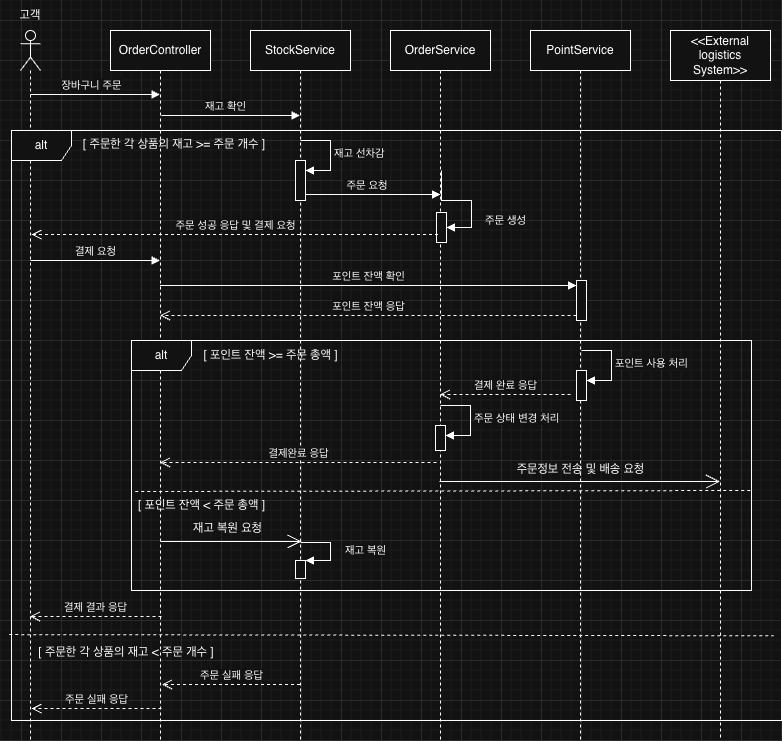
Above: docs/api/order_sequence_diagram.drawio.png in 96Hong2/hhplus-ecommerce (draw.io), before the change. Source tidied: cells renumbered, new cells last; positions are measured from the earlier drawing's top-left corner, leaving out a move shared by most shapes.
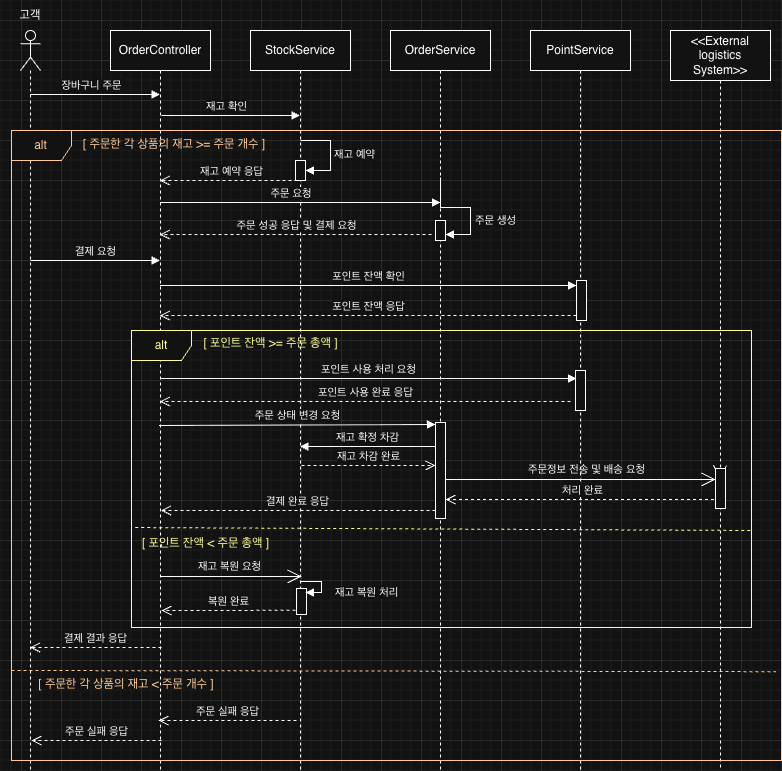
The same file after the commit.

Diff of the diagram source:
```diff
@@ -3,19 +3,19 @@
     <mxCell id="0" />
     <mxCell id="1" parent="0" />
     <mxCell id="2" style="shape=umlLifeline;perimeter=lifelinePerimeter;whiteSpace=wrap;html=1;newEdgeStyle={&quot;curved&quot;:0,&quot;rounded&quot;:0};participant=umlActor;" parent="1" vertex="1">
-      <mxGeometry x="20" y="30" width="20" height="710" as="geometry" />
+      <mxGeometry x="20" y="30" width="20" height="740" as="geometry" />
     </mxCell>
     <mxCell id="3" value="OrderController" style="shape=umlLifeline;perimeter=lifelinePerimeter;whiteSpace=wrap;html=1;outlineConnect=0;portConstraint=eastwest;newEdgeStyle={&quot;curved&quot;:0,&quot;rounded&quot;:0};" parent="1" vertex="1">
-      <mxGeometry x="110" y="30" width="100" height="710" as="geometry" />
+      <mxGeometry x="110" y="30" width="100" height="740" as="geometry" />
     </mxCell>
     <mxCell id="4" value="StockService" style="shape=umlLifeline;perimeter=lifelinePerimeter;whiteSpace=wrap;html=1;newEdgeStyle={&quot;curved&quot;:0,&quot;rounded&quot;:0};" parent="1" vertex="1">
-      <mxGeometry x="250" y="30" width="100" height="710" as="geometry" />
+      <mxGeometry x="250" y="30" width="100" height="740" as="geometry" />
     </mxCell>
     <mxCell id="5" value="OrderService" style="shape=umlLifeline;perimeter=lifelinePerimeter;whiteSpace=wrap;html=1;newEdgeStyle={&quot;curved&quot;:0,&quot;rounded&quot;:0};" parent="1" vertex="1">
-      <mxGeometry x="390" y="30" width="100" height="710" as="geometry" />
+      <mxGeometry x="390" y="30" width="100" height="740" as="geometry" />
     </mxCell>
     <mxCell id="6" value="PointService" style="shape=umlLifeline;perimeter=lifelinePerimeter;whiteSpace=wrap;html=1;newEdgeStyle={&quot;curved&quot;:0,&quot;rounded&quot;:0};" parent="1" vertex="1">
-      <mxGeometry x="530" y="30" width="100" height="710" as="geometry" />
+      <mxGeometry x="530" y="30" width="100" height="740" as="geometry" />
     </mxCell>
     <mxCell id="7" style="html=1;points=[[0,0,0,0,5],[0,1,0,0,-5],[1,0,0,0,5],[1,1,0,0,-5]];perimeter=orthogonalPerimeter;outlineConnect=0;targetShapes=umlLifeline;portConstraint=eastwest;newEdgeStyle={&quot;curved&quot;:0,&quot;rounded&quot;:0};" parent="6" vertex="1">
       <mxGeometry x="46" y="250" width="10" height="40" as="geometry" />
@@ -26,7 +26,7 @@
       </mxGeometry>
     </mxCell>
     <mxCell id="9" value="&amp;lt;&amp;lt;External logistics System&amp;gt;&amp;gt;" style="shape=umlLifeline;perimeter=lifelinePerimeter;whiteSpace=wrap;html=1;newEdgeStyle={&quot;curved&quot;:0,&quot;rounded&quot;:0};size=50;" parent="1" vertex="1">
-      <mxGeometry x="670" y="30" width="100" height="710" as="geometry" />
+      <mxGeometry x="670" y="30" width="100" height="740" as="geometry" />
     </mxCell>
     <mxCell id="10" value="고객" style="text;html=1;whiteSpace=wrap;strokeColor=none;fillColor=none;align=center;verticalAlign=middle;rounded=0;" parent="1" vertex="1">
       <mxGeometry width="60" height="30" as="geometry" />
@@ -43,33 +43,33 @@
         <mxPoint x="299.5" y="115" as="targetPoint" />
       </mxGeometry>
     </mxCell>
-    <mxCell id="13" value="alt" style="shape=umlFrame;whiteSpace=wrap;html=1;" parent="1" vertex="1">
-      <mxGeometry x="11" y="130" width="770" height="590" as="geometry" />
+    <mxCell id="13" value="&lt;font style=&quot;color: light-dark(rgb(0, 0, 0), rgb(255, 204, 153));&quot;&gt;alt&lt;/font&gt;" style="shape=umlFrame;whiteSpace=wrap;html=1;strokeColor=light-dark(#000000,#FFCC99);" parent="1" vertex="1">
+      <mxGeometry x="11" y="130" width="770" height="630" as="geometry" />
     </mxCell>
     <mxCell id="14" value="&amp;nbsp;주문 요청" style="html=1;verticalAlign=bottom;endArrow=block;curved=0;rounded=0;" parent="1" edge="1">
       <mxGeometry x="-0.07" relative="1" as="geometry">
-        <mxPoint x="301" y="194" as="sourcePoint" />
-        <mxPoint x="440" y="194" as="targetPoint" />
+        <mxPoint x="159.5" y="202" as="sourcePoint" />
+        <mxPoint x="440" y="202" as="targetPoint" />
       </mxGeometry>
     </mxCell>
     <mxCell id="15" style="html=1;points=[[0,0,0,0,5],[0,1,0,0,-5],[1,0,0,0,5],[1,1,0,0,-5]];perimeter=orthogonalPerimeter;outlineConnect=0;targetShapes=umlLifeline;portConstraint=eastwest;newEdgeStyle={&quot;curved&quot;:0,&quot;rounded&quot;:0};" parent="1" vertex="1">
-      <mxGeometry x="436" y="212" width="10" height="30" as="geometry" />
+      <mxGeometry x="435" y="220" width="10" height="20" as="geometry" />
     </mxCell>
-    <mxCell id="16" value="주문 생성" style="html=1;align=left;spacingLeft=2;endArrow=block;rounded=0;edgeStyle=orthogonalEdgeStyle;curved=0;rounded=0;" parent="1" edge="1" target="15">
-      <mxGeometry x="0.43" y="10" relative="1" as="geometry">
-        <mxPoint x="441" y="170" as="sourcePoint" />
+    <mxCell id="16" value="주문 생성" style="html=1;align=left;spacingLeft=2;endArrow=block;rounded=0;edgeStyle=orthogonalEdgeStyle;curved=0;rounded=0;" parent="1" edge="1">
+      <mxGeometry x="0.3" y="1" relative="1" as="geometry">
+        <mxPoint x="440" y="177" as="sourcePoint" />
+        <mxPoint x="445" y="234" as="targetPoint" />
         <Array as="points">
-          <mxPoint x="471" y="200" />
+          <mxPoint x="470" y="207" />
         </Array>
       </mxGeometry>
     </mxCell>
-    <mxCell id="17" value="주문 성공 응답 및 결제 요청" style="html=1;verticalAlign=bottom;endArrow=open;dashed=1;endSize=8;curved=0;rounded=0;" parent="1" edge="1">
+    <mxCell id="17" value="주문 성공 응답 및 결제 요청" style="html=1;verticalAlign=bottom;endArrow=open;dashed=1;endSize=8;curved=0;rounded=0;" parent="1" edge="1" target="3">
       <mxGeometry relative="1" as="geometry">
-        <mxPoint x="437.5" y="234" as="sourcePoint" />
-        <mxPoint x="31" y="234" as="targetPoint" />
+        <mxPoint x="431" y="234" as="sourcePoint" />
       </mxGeometry>
     </mxCell>
-    <mxCell id="18" value="[ 주문한 각 상품의 재고 &amp;gt;= 주문 개수 ]" style="text;html=1;whiteSpace=wrap;strokeColor=none;fillColor=none;align=center;verticalAlign=middle;rounded=0;" parent="1" vertex="1">
+    <mxCell id="18" value="&lt;font style=&quot;color: light-dark(rgb(0, 0, 0), rgb(255, 204, 153));&quot;&gt;[ 주문한 각 상품의 재고 &amp;gt;= 주문 개수 ]&lt;/font&gt;" style="text;html=1;whiteSpace=wrap;strokeColor=none;fillColor=none;align=center;verticalAlign=middle;rounded=0;" parent="1" vertex="1">
       <mxGeometry x="79" y="129" width="190" height="30" as="geometry" />
     </mxCell>
     <mxCell id="19" value="결제 요청" style="html=1;verticalAlign=bottom;endArrow=block;curved=0;rounded=0;" parent="1" edge="1" target="3">
@@ -80,119 +80,98 @@
     <mxCell id="20" value="포인트 잔액 응답" style="html=1;verticalAlign=bottom;endArrow=open;dashed=1;endSize=8;curved=0;rounded=0;exitX=0;exitY=1;exitDx=0;exitDy=-5;" parent="1" edge="1" source="7" target="3">
       <mxGeometry relative="1" as="geometry" />
     </mxCell>
-    <mxCell id="21" value="alt" style="shape=umlFrame;whiteSpace=wrap;html=1;" parent="1" vertex="1">
-      <mxGeometry x="131" y="340" width="620" height="250" as="geometry" />
+    <mxCell id="21" value="&lt;font style=&quot;color: light-dark(rgb(0, 0, 0), rgb(255, 255, 153));&quot;&gt;alt&lt;/font&gt;" style="shape=umlFrame;whiteSpace=wrap;html=1;strokeColor=light-dark(#000000,#FFFF99);" parent="1" vertex="1">
+      <mxGeometry x="131" y="330" width="620" height="297" as="geometry" />
     </mxCell>
-    <mxCell id="22" style="html=1;points=[[0,0,0,0,5],[0,1,0,0,-5],[1,0,0,0,5],[1,1,0,0,-5]];perimeter=orthogonalPerimeter;outlineConnect=0;targetShapes=umlLifeline;portConstraint=eastwest;newEdgeStyle={&quot;curved&quot;:0,&quot;rounded&quot;:0};" parent="1" vertex="1">
-      <mxGeometry x="576" y="370" width="10" height="30" as="geometry" />
-    </mxCell>
-    <mxCell id="23" value="포인트 사용 처리" style="html=1;align=left;spacingLeft=2;endArrow=block;rounded=0;edgeStyle=orthogonalEdgeStyle;curved=0;rounded=0;" parent="1" edge="1" target="22">
-      <mxGeometry relative="1" as="geometry">
-        <mxPoint x="581" y="350" as="sourcePoint" />
-        <Array as="points">
-          <mxPoint x="611" y="380" />
-        </Array>
-      </mxGeometry>
-    </mxCell>
-    <mxCell id="24" value="결제 완료 응답" style="html=1;verticalAlign=bottom;endArrow=open;dashed=1;endSize=8;curved=0;rounded=0;" parent="1" edge="1">
+    <mxCell id="24" value="포인트 사용 완료 응답" style="html=1;verticalAlign=bottom;endArrow=open;dashed=1;endSize=8;curved=0;rounded=0;" parent="1" edge="1">
       <mxGeometry relative="1" as="geometry">
-        <mxPoint x="570" y="394" as="sourcePoint" />
-        <mxPoint x="439.5" y="394" as="targetPoint" />
+        <mxPoint x="570" y="401" as="sourcePoint" />
+        <mxPoint x="159.3" y="401" as="targetPoint" />
       </mxGeometry>
     </mxCell>
     <mxCell id="25" style="html=1;points=[[0,0,0,0,5],[0,1,0,0,-5],[1,0,0,0,5],[1,1,0,0,-5]];perimeter=orthogonalPerimeter;outlineConnect=0;targetShapes=umlLifeline;portConstraint=eastwest;newEdgeStyle={&quot;curved&quot;:0,&quot;rounded&quot;:0};" parent="1" vertex="1">
-      <mxGeometry x="435" y="425" width="10" height="25" as="geometry" />
+      <mxGeometry x="435" y="422" width="10" height="96" as="geometry" />
     </mxCell>
-    <mxCell id="26" value="주문 상태 변경 처리" style="html=1;align=left;spacingLeft=2;endArrow=block;rounded=0;edgeStyle=orthogonalEdgeStyle;curved=0;rounded=0;" parent="1" edge="1" target="25">
-      <mxGeometry relative="1" as="geometry">
-        <mxPoint x="440" y="405" as="sourcePoint" />
-        <Array as="points">
-          <mxPoint x="470" y="435" />
-        </Array>
-      </mxGeometry>
-    </mxCell>
-    <mxCell id="27" style="endArrow=open;endFill=1;endSize=12;html=1;rounded=0;" parent="1" edge="1">
+    <mxCell id="27" style="endArrow=open;endFill=1;endSize=12;html=1;rounded=0;" parent="1" edge="1" source="53">
       <mxGeometry relative="1" as="geometry">
-        <mxPoint x="439" y="481" as="sourcePoint" />
-        <mxPoint x="719.5" y="481" as="targetPoint" />
+        <mxPoint x="719.5" y="479" as="targetPoint" />
       </mxGeometry>
     </mxCell>
-    <mxCell id="28" value="주문정보 전송 및 배송 요청" style="text;html=1;whiteSpace=wrap;strokeColor=none;fillColor=none;align=center;verticalAlign=middle;rounded=0;" parent="1" vertex="1">
-      <mxGeometry x="504.5" y="454" width="151" height="30" as="geometry" />
+    <mxCell id="28" value="&lt;font style=&quot;font-size: 11px;&quot;&gt;주문정보 전송 및 배송 요청&lt;/font&gt;" style="text;html=1;whiteSpace=wrap;strokeColor=none;fillColor=none;align=center;verticalAlign=middle;rounded=0;" parent="1" vertex="1">
+      <mxGeometry x="510.5" y="454" width="151" height="30" as="geometry" />
     </mxCell>
-    <mxCell id="29" value="결제완료 응답" style="html=1;verticalAlign=bottom;endArrow=open;dashed=1;endSize=8;curved=0;rounded=0;" parent="1" edge="1">
+    <mxCell id="29" value="재고 차감 완료" style="html=1;verticalAlign=bottom;endArrow=open;dashed=1;endSize=8;curved=0;rounded=0;" parent="1" edge="1">
       <mxGeometry relative="1" as="geometry">
-        <mxPoint x="436" y="462" as="sourcePoint" />
-        <mxPoint x="159.5" y="462" as="targetPoint" />
-        <Array as="points">
-          <mxPoint x="361" y="462" />
-        </Array>
+        <mxPoint x="301" y="465" as="sourcePoint" />
+        <mxPoint x="435" y="465" as="targetPoint" />
       </mxGeometry>
     </mxCell>
     <mxCell id="30" value="결제 결과 응답" style="html=1;verticalAlign=bottom;endArrow=open;dashed=1;endSize=8;curved=0;rounded=0;" parent="1" edge="1">
       <mxGeometry relative="1" as="geometry">
-        <mxPoint x="161" y="616" as="sourcePoint" />
-        <mxPoint x="29.5" y="616" as="targetPoint" />
+        <mxPoint x="161" y="647" as="sourcePoint" />
+        <mxPoint x="29.5" y="647" as="targetPoint" />
       </mxGeometry>
     </mxCell>
-    <mxCell id="31" style="edgeStyle=none;jettySize=auto;html=1;rounded=0;dashed=1;endArrow=none;endFill=0;exitX=0.006;exitY=0.604;exitDx=0;exitDy=0;exitPerimeter=0;" parent="1" edge="1" source="21">
+    <mxCell id="31" style="edgeStyle=none;orthogonalLoop=1;jettySize=auto;html=1;rounded=0;dashed=1;endArrow=none;endFill=0;exitX=0.006;exitY=0.604;exitDx=0;exitDy=0;exitPerimeter=0;strokeColor=light-dark(#000000,#FFFF99);" parent="1" edge="1">
       <mxGeometry relative="1" as="geometry">
-        <mxPoint x="751" y="490" as="targetPoint" />
+        <mxPoint x="134.7" y="527" as="sourcePoint" />
+        <mxPoint x="751" y="530" as="targetPoint" />
       </mxGeometry>
     </mxCell>
-    <mxCell id="32" value="[ 포인트 잔액 &amp;gt;= 주문 총액 ]" style="text;html=1;whiteSpace=wrap;strokeColor=none;fillColor=none;align=center;verticalAlign=middle;rounded=0;" parent="1" vertex="1">
-      <mxGeometry x="200" y="340" width="141" height="30" as="geometry" />
+    <mxCell id="32" value="&lt;font style=&quot;color: light-dark(rgb(0, 0, 0), rgb(255, 255, 153));&quot;&gt;[ 포인트 잔액 &amp;gt;= 주문 총액 ]&lt;/font&gt;" style="text;html=1;whiteSpace=wrap;strokeColor=none;fillColor=none;align=center;verticalAlign=middle;rounded=0;" parent="1" vertex="1">
+      <mxGeometry x="200" y="328" width="141" height="30" as="geometry" />
     </mxCell>
-    <mxCell id="33" value="[ 포인트 잔액 &amp;lt; 주문 총액 ]" style="text;html=1;whiteSpace=wrap;strokeColor=none;fillColor=none;align=center;verticalAlign=middle;rounded=0;" parent="1" vertex="1">
-      <mxGeometry x="131" y="490" width="141" height="30" as="geometry" />
+    <mxCell id="33" value="&lt;font style=&quot;color: light-dark(rgb(0, 0, 0), rgb(255, 255, 153));&quot;&gt;[ 포인트 잔액 &amp;lt; 주문 총액 ]&lt;/font&gt;" style="text;html=1;whiteSpace=wrap;strokeColor=none;fillColor=none;align=center;verticalAlign=middle;rounded=0;" parent="1" vertex="1">
+      <mxGeometry x="135" y="528" width="141" height="30" as="geometry" />
     </mxCell>
     <mxCell id="34" style="endArrow=open;endFill=1;endSize=12;html=1;rounded=0;" parent="1" edge="1">
       <mxGeometry relative="1" as="geometry">
-        <mxPoint x="159.8" y="541" as="sourcePoint" />
-        <mxPoint x="301" y="541" as="targetPoint" />
+        <mxPoint x="159.8" y="576" as="sourcePoint" />
+        <mxPoint x="301" y="576" as="targetPoint" />
       </mxGeometry>
     </mxCell>
-    <mxCell id="35" value="재고 복원 요청" style="text;html=1;whiteSpace=wrap;strokeColor=none;fillColor=none;align=center;verticalAlign=middle;rounded=0;" parent="1" vertex="1">
-      <mxGeometry x="152" y="513" width="151" height="30" as="geometry" />
+    <mxCell id="35" value="&lt;font style=&quot;font-size: 11px;&quot;&gt;재고 복원 요청&lt;/font&gt;" style="text;html=1;whiteSpace=wrap;strokeColor=none;fillColor=none;align=center;verticalAlign=middle;rounded=0;" parent="1" vertex="1">
+      <mxGeometry x="154" y="556" width="151" height="20" as="geometry" />
     </mxCell>
     <mxCell id="36" style="html=1;points=[[0,0,0,0,5],[0,1,0,0,-5],[1,0,0,0,5],[1,1,0,0,-5]];perimeter=orthogonalPerimeter;outlineConnect=0;targetShapes=umlLifeline;portConstraint=eastwest;newEdgeStyle={&quot;curved&quot;:0,&quot;rounded&quot;:0};" parent="1" vertex="1">
-      <mxGeometry x="295" y="560" width="10" height="18" as="geometry" />
+      <mxGeometry x="296" y="588" width="10" height="26" as="geometry" />
     </mxCell>
-    <mxCell id="37" value="재고 복원" style="html=1;align=left;spacingLeft=2;endArrow=block;rounded=0;edgeStyle=orthogonalEdgeStyle;curved=0;rounded=0;" parent="1" edge="1" target="36">
-      <mxGeometry x="0.04" y="11" relative="1" as="geometry">
-        <mxPoint x="300" y="542" as="sourcePoint" />
+    <mxCell id="37" value="재고 복원 처리" style="html=1;align=left;spacingLeft=2;endArrow=block;rounded=0;edgeStyle=orthogonalEdgeStyle;curved=0;rounded=0;entryX=1;entryY=0;entryDx=0;entryDy=5;entryPerimeter=0;" parent="1" edge="1">
+      <mxGeometry x="0.33" y="10" relative="1" as="geometry">
+        <mxPoint x="300" y="581" as="sourcePoint" />
+        <mxPoint x="305" y="592" as="targetPoint" />
         <Array as="points">
-          <mxPoint x="330" y="542" />
-          <mxPoint x="330" y="560" />
-          <mxPoint x="300" y="560" />
+          <mxPoint x="321" y="581" />
+          <mxPoint x="321" y="592" />
         </Array>
+        <mxPoint x="10" y="-10" as="offset" />
       </mxGeometry>
     </mxCell>
-    <mxCell id="38" style="edgeStyle=none;orthogonalLoop=1;jettySize=auto;html=1;rounded=0;dashed=1;endArrow=none;endFill=0;exitX=-0.003;exitY=0.829;exitDx=0;exitDy=0;exitPerimeter=0;entryX=1.003;entryY=0.831;entryDx=0;entryDy=0;entryPerimeter=0;" parent="1" edge="1">
+    <mxCell id="38" style="edgeStyle=none;orthogonalLoop=1;jettySize=auto;html=1;rounded=0;dashed=1;endArrow=none;endFill=0;exitX=-0.003;exitY=0.829;exitDx=0;exitDy=0;exitPerimeter=0;entryX=1.003;entryY=0.831;entryDx=0;entryDy=0;entryPerimeter=0;strokeColor=light-dark(#000000,#FFCC99);" parent="1" edge="1">
       <mxGeometry relative="1" as="geometry">
-        <mxPoint x="8.7" y="634.1" as="sourcePoint" />
-        <mxPoint x="773.3" y="635.3" as="targetPoint" />
+        <mxPoint x="11" y="670" as="sourcePoint" />
+        <mxPoint x="775.6" y="671.2" as="targetPoint" />
       </mxGeometry>
     </mxCell>
-    <mxCell id="39" value="[ 주문한 각 상품의 재고 &amp;lt; 주문 개수 ]" style="text;html=1;whiteSpace=wrap;strokeColor=none;fillColor=none;align=center;verticalAlign=middle;rounded=0;" parent="1" vertex="1">
-      <mxGeometry x="31" y="637" width="190" height="30" as="geometry" />
+    <mxCell id="39" value="&lt;font style=&quot;color: light-dark(rgb(0, 0, 0), rgb(255, 204, 153));&quot;&gt;[ 주문한 각 상품의 재고 &amp;lt; 주문 개수 ]&lt;/font&gt;" style="text;html=1;whiteSpace=wrap;strokeColor=none;fillColor=none;align=center;verticalAlign=middle;rounded=0;" parent="1" vertex="1">
+      <mxGeometry x="31" y="669" width="190" height="30" as="geometry" />
     </mxCell>
     <mxCell id="40" value="주문 실패 응답" style="html=1;verticalAlign=bottom;endArrow=open;dashed=1;endSize=8;curved=0;rounded=0;" parent="1" edge="1">
       <mxGeometry relative="1" as="geometry">
-        <mxPoint x="299.5" y="684" as="sourcePoint" />
-        <mxPoint x="161.5" y="684" as="targetPoint" />
+        <mxPoint x="296" y="720" as="sourcePoint" />
+        <mxPoint x="158" y="720" as="targetPoint" />
       </mxGeometry>
     </mxCell>
     <mxCell id="41" value="주문 실패 응답" style="html=1;verticalAlign=bottom;endArrow=open;dashed=1;endSize=8;curved=0;rounded=0;" parent="1" edge="1">
       <mxGeometry relative="1" as="geometry">
-        <mxPoint x="161" y="708" as="sourcePoint" />
-        <mxPoint x="31" y="708" as="targetPoint" />
+        <mxPoint x="161" y="740" as="sourcePoint" />
+        <mxPoint x="31" y="740" as="targetPoint" />
       </mxGeometry>
     </mxCell>
     <mxCell id="42" style="html=1;points=[[0,0,0,0,5],[0,1,0,0,-5],[1,0,0,0,5],[1,1,0,0,-5]];perimeter=orthogonalPerimeter;outlineConnect=0;targetShapes=umlLifeline;portConstraint=eastwest;newEdgeStyle={&quot;curved&quot;:0,&quot;rounded&quot;:0};" parent="1" vertex="1">
-      <mxGeometry x="295" y="160" width="10" height="40" as="geometry" />
+      <mxGeometry x="295" y="160" width="10" height="20" as="geometry" />
     </mxCell>
-    <mxCell id="43" value="재고 선차감" style="html=1;align=left;spacingLeft=2;endArrow=block;rounded=0;edgeStyle=orthogonalEdgeStyle;curved=0;rounded=0;" parent="1" edge="1" target="42">
+    <mxCell id="43" value="재고 예약" style="html=1;align=left;spacingLeft=2;endArrow=block;rounded=0;edgeStyle=orthogonalEdgeStyle;curved=0;rounded=0;" parent="1" edge="1" target="42">
       <mxGeometry x="0.01" relative="1" as="geometry">
         <mxPoint x="300" y="140" as="sourcePoint" />
         <Array as="points">
@@ -200,5 +179,57 @@
         </Array>
       </mxGeometry>
     </mxCell>
+    <mxCell id="44" value="재고 예약 응답" style="html=1;verticalAlign=bottom;endArrow=open;dashed=1;endSize=8;curved=0;rounded=0;" parent="1" edge="1" target="3">
+      <mxGeometry relative="1" as="geometry">
+        <mxPoint x="303" y="180" as="sourcePoint" />
+      </mxGeometry>
+    </mxCell>
+    <mxCell id="45" value="포인트 사용 처리 요청" style="html=1;verticalAlign=bottom;endArrow=block;curved=0;rounded=0;entryX=0;entryY=0;entryDx=0;entryDy=5;" parent="1" edge="1">
+      <mxGeometry relative="1" as="geometry">
+        <mxPoint x="159.5" y="378" as="sourcePoint" />
+        <mxPoint x="576" y="378" as="targetPoint" />
+      </mxGeometry>
+    </mxCell>
+    <mxCell id="46" style="html=1;perimeter=orthogonalPerimeter;targetShapes=umlLifeline;newEdgeStyle={&quot;curved&quot;:0,&quot;rounded&quot;:0};" parent="1" vertex="1">
+      <mxGeometry x="575" y="370" width="10" height="40" as="geometry" />
+    </mxCell>
+    <mxCell id="47" value="주문 상태 변경 요청" style="html=1;verticalAlign=bottom;endArrow=block;curved=0;rounded=0;entryX=0;entryY=0;entryDx=0;entryDy=5;entryPerimeter=0;" parent="1" edge="1">
+      <mxGeometry relative="1" as="geometry">
+        <mxPoint x="158.5" y="425" as="sourcePoint" />
+        <mxPoint x="435" y="424" as="targetPoint" />
+      </mxGeometry>
+    </mxCell>
+    <mxCell id="48" value="재고 확정 차감" style="html=1;verticalAlign=bottom;endArrow=block;curved=0;rounded=0;" parent="1" edge="1">
+      <mxGeometry relative="1" as="geometry">
+        <mxPoint x="435" y="446" as="sourcePoint" />
+        <mxPoint x="299.5" y="446" as="targetPoint" />
+      </mxGeometry>
+    </mxCell>
+    <mxCell id="49" value="처리 완료" style="html=1;verticalAlign=bottom;endArrow=open;dashed=1;endSize=8;curved=0;rounded=0;entryX=1;entryY=1;entryDx=0;entryDy=-5;entryPerimeter=0;" parent="1" edge="1">
+      <mxGeometry relative="1" as="geometry">
+        <mxPoint x="719.5" y="499" as="sourcePoint" />
+        <mxPoint x="445" y="499" as="targetPoint" />
+      </mxGeometry>
+    </mxCell>
+    <mxCell id="50" value="결제 완료 응답" style="html=1;verticalAlign=bottom;endArrow=open;dashed=1;endSize=8;curved=0;rounded=0;entryX=1;entryY=1;entryDx=0;entryDy=-5;entryPerimeter=0;" parent="1" edge="1">
+      <mxGeometry relative="1" as="geometry">
+        <mxPoint x="435" y="510" as="sourcePoint" />
+        <mxPoint x="160.5" y="510" as="targetPoint" />
+      </mxGeometry>
+    </mxCell>
+    <mxCell id="51" value="복원 완료" style="html=1;verticalAlign=bottom;endArrow=open;dashed=1;endSize=8;curved=0;rounded=0;" parent="1" edge="1">
+      <mxGeometry relative="1" as="geometry">
+        <mxPoint x="295" y="609.8" as="sourcePoint" />
+        <mxPoint x="161" y="610" as="targetPoint" />
+      </mxGeometry>
+    </mxCell>
+    <mxCell id="52" style="endArrow=open;endFill=1;endSize=12;html=1;rounded=0;" parent="1" edge="1" target="53">
+      <mxGeometry relative="1" as="geometry">
+        <mxPoint x="445" y="479" as="sourcePoint" />
+      </mxGeometry>
+    </mxCell>
+    <mxCell id="53" style="html=1;points=[[0,0,0,0,5],[0,1,0,0,-5],[1,0,0,0,5],[1,1,0,0,-5]];perimeter=orthogonalPerimeter;outlineConnect=0;targetShapes=umlLifeline;portConstraint=eastwest;newEdgeStyle={&quot;curved&quot;:0,&quot;rounded&quot;:0};" parent="1" vertex="1">
+      <mxGeometry x="715" y="468" width="10" height="40" as="geometry" />
+    </mxCell>
   </root>
 </mxGraphModel>
```
